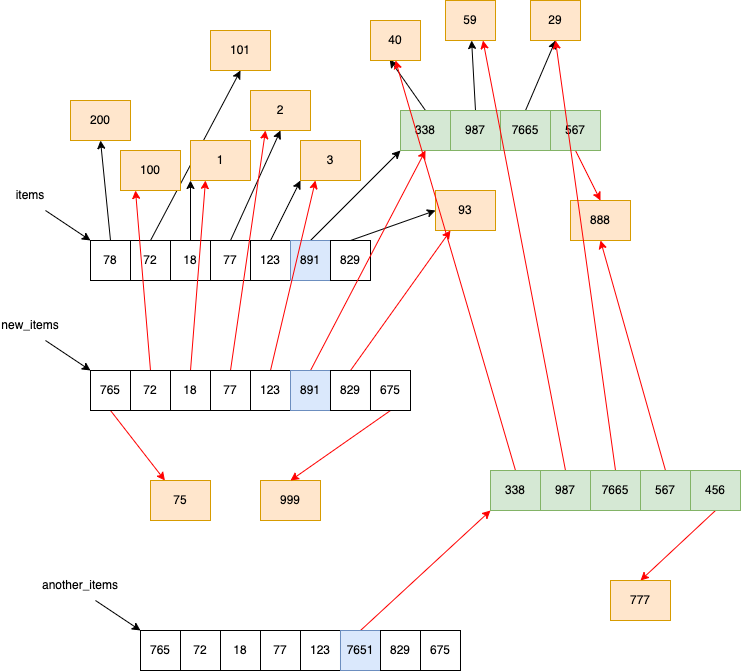
vinod-kayartaya/TARGET-PYTHON-13-DEC keeps this draw.io diagram as concepts.dio.png. Above is the earlier version. Source tidied: cells renumbered, new cells last; positions are measured from the earlier drawing's top-left corner, leaving out a move shared by most shapes.
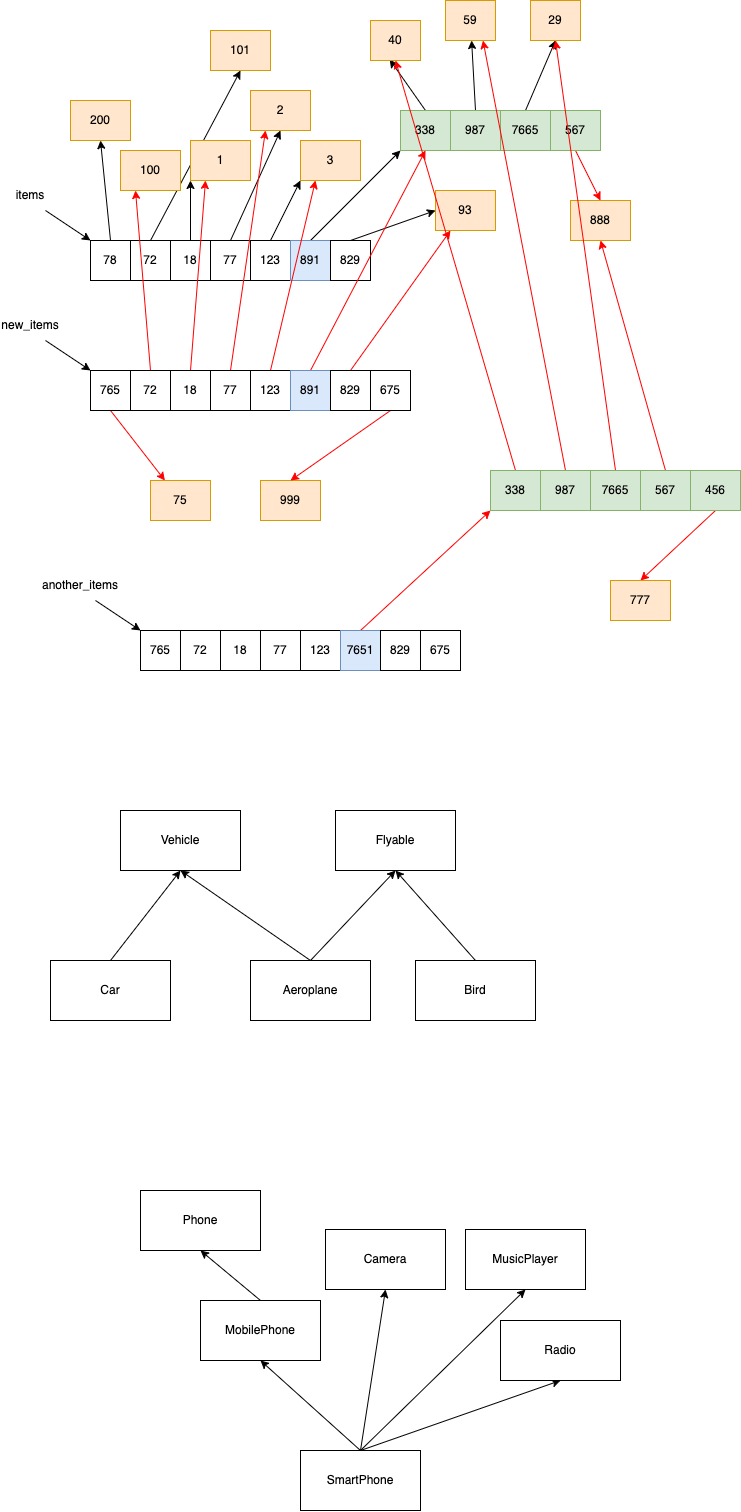
The same diagram one commit later.

The edit, as a diff of the source:
```diff
@@ -233,5 +233,65 @@
     <mxCell id="78" value="777" style="rounded=0;whiteSpace=wrap;html=1;fillColor=#ffe6cc;strokeColor=#d79b00;" parent="1" vertex="1">
       <mxGeometry x="610" y="580" width="60" height="40" as="geometry" />
     </mxCell>
+    <mxCell id="79" value="Vehicle" style="rounded=0;whiteSpace=wrap;html=1;" parent="1" vertex="1">
+      <mxGeometry x="120" y="810" width="120" height="60" as="geometry" />
+    </mxCell>
+    <mxCell id="80" style="edgeStyle=none;html=1;exitX=0.5;exitY=0;exitDx=0;exitDy=0;entryX=0.5;entryY=1;entryDx=0;entryDy=0;" parent="1" edge="1" source="81" target="79">
+      <mxGeometry relative="1" as="geometry" />
+    </mxCell>
+    <mxCell id="81" value="Car" style="rounded=0;whiteSpace=wrap;html=1;" parent="1" vertex="1">
+      <mxGeometry x="50" y="960" width="120" height="60" as="geometry" />
+    </mxCell>
+    <mxCell id="82" style="edgeStyle=none;html=1;exitX=0.5;exitY=0;exitDx=0;exitDy=0;entryX=0.5;entryY=1;entryDx=0;entryDy=0;" parent="1" edge="1" source="84" target="79">
+      <mxGeometry relative="1" as="geometry" />
+    </mxCell>
+    <mxCell id="83" style="edgeStyle=none;html=1;exitX=0.5;exitY=0;exitDx=0;exitDy=0;entryX=0.5;entryY=1;entryDx=0;entryDy=0;" parent="1" edge="1" source="84" target="85">
+      <mxGeometry relative="1" as="geometry" />
+    </mxCell>
+    <mxCell id="84" value="Aeroplane" style="rounded=0;whiteSpace=wrap;html=1;" parent="1" vertex="1">
+      <mxGeometry x="250" y="960" width="120" height="60" as="geometry" />
+    </mxCell>
+    <mxCell id="85" value="Flyable" style="rounded=0;whiteSpace=wrap;html=1;" parent="1" vertex="1">
+      <mxGeometry x="335" y="810" width="120" height="60" as="geometry" />
+    </mxCell>
+    <mxCell id="86" style="edgeStyle=none;html=1;exitX=0.5;exitY=0;exitDx=0;exitDy=0;entryX=0.5;entryY=1;entryDx=0;entryDy=0;" parent="1" edge="1" source="87" target="85">
+      <mxGeometry relative="1" as="geometry" />
+    </mxCell>
+    <mxCell id="87" value="Bird" style="rounded=0;whiteSpace=wrap;html=1;" parent="1" vertex="1">
+      <mxGeometry x="415" y="960" width="120" height="60" as="geometry" />
+    </mxCell>
+    <mxCell id="88" value="Phone" style="rounded=0;whiteSpace=wrap;html=1;" parent="1" vertex="1">
+      <mxGeometry x="140" y="1190" width="120" height="60" as="geometry" />
+    </mxCell>
+    <mxCell id="89" style="edgeStyle=none;html=1;exitX=0.5;exitY=0;exitDx=0;exitDy=0;entryX=0.5;entryY=1;entryDx=0;entryDy=0;" parent="1" edge="1" source="90" target="88">
+      <mxGeometry relative="1" as="geometry" />
+    </mxCell>
+    <mxCell id="90" value="MobilePhone" style="rounded=0;whiteSpace=wrap;html=1;" parent="1" vertex="1">
+      <mxGeometry x="200" y="1300" width="120" height="60" as="geometry" />
+    </mxCell>
+    <mxCell id="91" style="edgeStyle=none;html=1;exitX=0.5;exitY=0;exitDx=0;exitDy=0;entryX=0.5;entryY=1;entryDx=0;entryDy=0;" parent="1" edge="1" source="95" target="90">
+      <mxGeometry relative="1" as="geometry" />
+    </mxCell>
+    <mxCell id="92" style="edgeStyle=none;html=1;exitX=0.5;exitY=0;exitDx=0;exitDy=0;entryX=0.5;entryY=1;entryDx=0;entryDy=0;" parent="1" edge="1" source="95" target="96">
+      <mxGeometry relative="1" as="geometry" />
+    </mxCell>
+    <mxCell id="93" style="edgeStyle=none;html=1;exitX=0.5;exitY=0;exitDx=0;exitDy=0;entryX=0.5;entryY=1;entryDx=0;entryDy=0;" parent="1" edge="1" source="95" target="97">
+      <mxGeometry relative="1" as="geometry" />
+    </mxCell>
+    <mxCell id="94" style="edgeStyle=none;html=1;exitX=0.5;exitY=0;exitDx=0;exitDy=0;entryX=0.5;entryY=1;entryDx=0;entryDy=0;" parent="1" edge="1" source="95" target="98">
+      <mxGeometry relative="1" as="geometry" />
+    </mxCell>
+    <mxCell id="95" value="SmartPhone" style="rounded=0;whiteSpace=wrap;html=1;" parent="1" vertex="1">
+      <mxGeometry x="300" y="1450" width="120" height="60" as="geometry" />
+    </mxCell>
+    <mxCell id="96" value="Camera" style="rounded=0;whiteSpace=wrap;html=1;" parent="1" vertex="1">
+      <mxGeometry x="325" y="1229" width="120" height="60" as="geometry" />
+    </mxCell>
+    <mxCell id="97" value="MusicPlayer" style="rounded=0;whiteSpace=wrap;html=1;" parent="1" vertex="1">
+      <mxGeometry x="465" y="1229" width="120" height="60" as="geometry" />
+    </mxCell>
+    <mxCell id="98" value="Radio" style="rounded=0;whiteSpace=wrap;html=1;" parent="1" vertex="1">
+      <mxGeometry x="500" y="1320" width="120" height="60" as="geometry" />
+    </mxCell>
   </root>
 </mxGraphModel>
```
